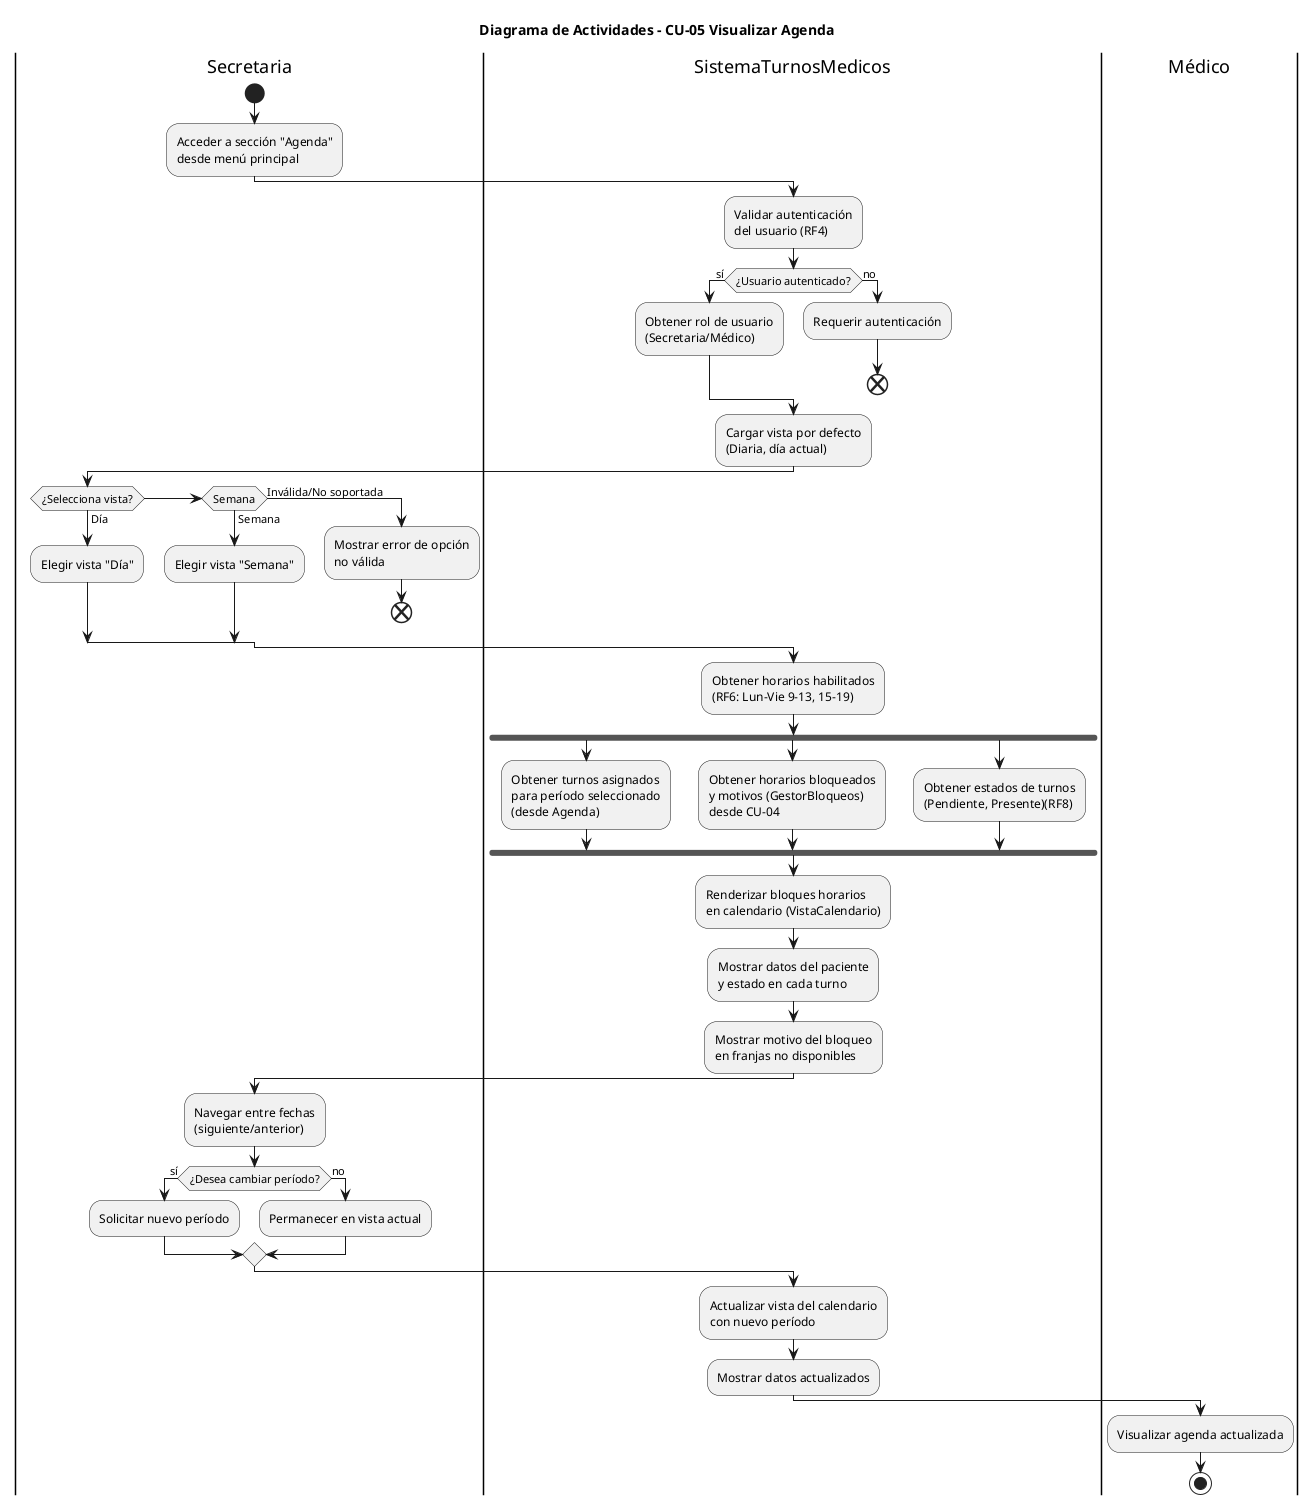
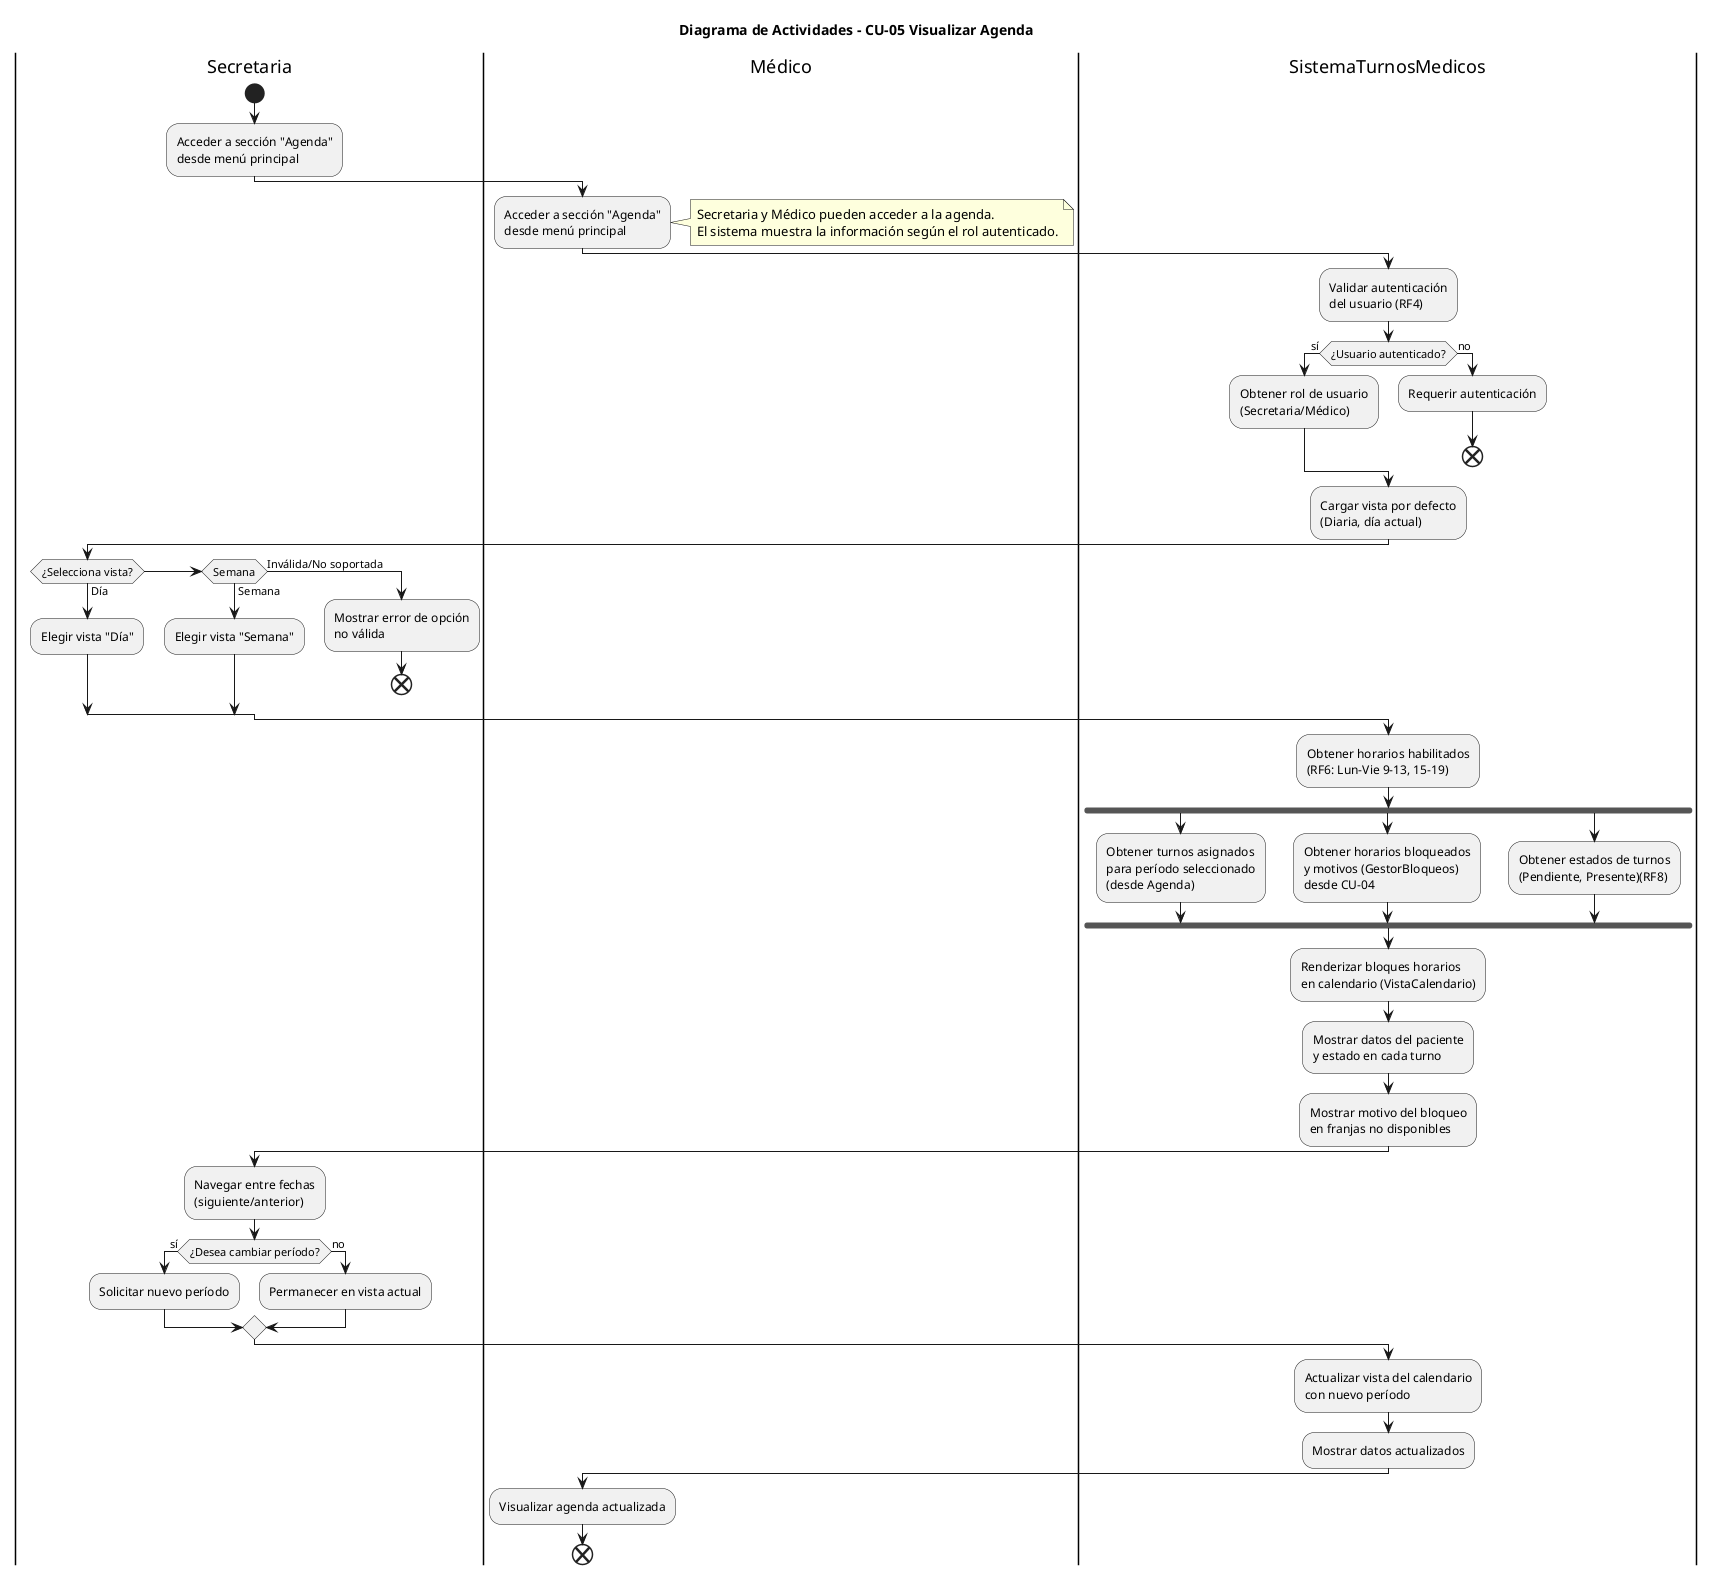
@startuml 04-actividad-visualizar-agenda-05

title Diagrama de Actividades - CU-05 Visualizar Agenda

|Secretaria|
start
:Acceder a sección "Agenda"\ndesde menú principal;
+ 
+ |Médico|
+ :Acceder a sección "Agenda"\ndesde menú principal;
+ 
+ note right
+ Secretaria y Médico pueden acceder a la agenda.
+ El sistema muestra la información según el rol autenticado.
+ end note

|SistemaTurnosMedicos|
:Validar autenticación\ndel usuario (RF4);

if (¿Usuario autenticado?) then (sí)
    :Obtener rol de usuario\n(Secretaria/Médico);
else (no)
    :Requerir autenticación;
    end
endif

:Cargar vista por defecto\n(Diaria, día actual);

|Secretaria|
if (¿Selecciona vista?) then (Día)
    :Elegir vista "Día";
elseif (Semana) then (Semana)
    :Elegir vista "Semana";
else (Inválida/No soportada)
    :Mostrar error de opción\nno válida;
    end
endif

|SistemaTurnosMedicos|
:Obtener horarios habilitados\n(RF6: Lun-Vie 9-13, 15-19);

fork
    :Obtener turnos asignados\npara período seleccionado\n(desde Agenda);
fork again
    :Obtener horarios bloqueados\ny motivos (GestorBloqueos)\ndesde CU-04;
fork again
    :Obtener estados de turnos\n(Pendiente, Presente)(RF8);
endfork

:Renderizar bloques horarios\nen calendario (VistaCalendario);
:Mostrar datos del paciente\ny estado en cada turno;
:Mostrar motivo del bloqueo\nen franjas no disponibles;

|Secretaria|
:Navegar entre fechas\n(siguiente/anterior);

if (¿Desea cambiar período?) then (sí)
    :Solicitar nuevo período;
else (no)
    :Permanecer en vista actual;
endif

|SistemaTurnosMedicos|
:Actualizar vista del calendario\ncon nuevo período;
:Mostrar datos actualizados;

|Médico|
:Visualizar agenda actualizada;

- stop
+ end

@enduml
